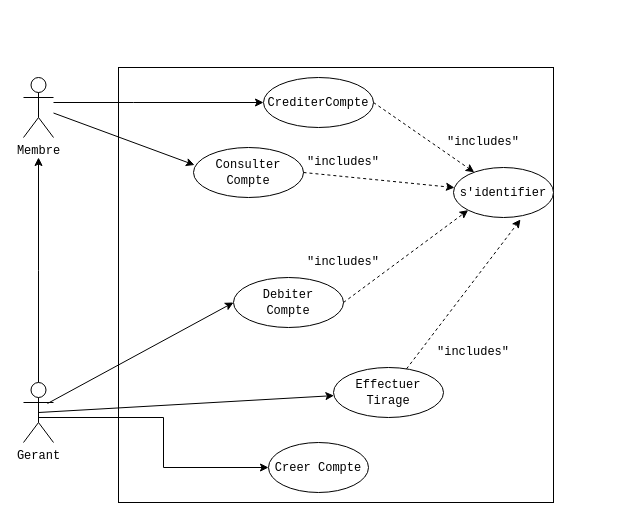
Lvmzoo-Dev/E-TONTINE keeps this draw.io diagram as Diagramme Use Case.drawio. Above is the earlier version. Source tidied: cells renumbered, new cells numbered last; positions are measured from the earlier drawing's top-left corner, leaving out a move shared by most shapes. Both pictures are drawn from the tidied source at 100%, with x=0, y=0 at pixel (23, 67).
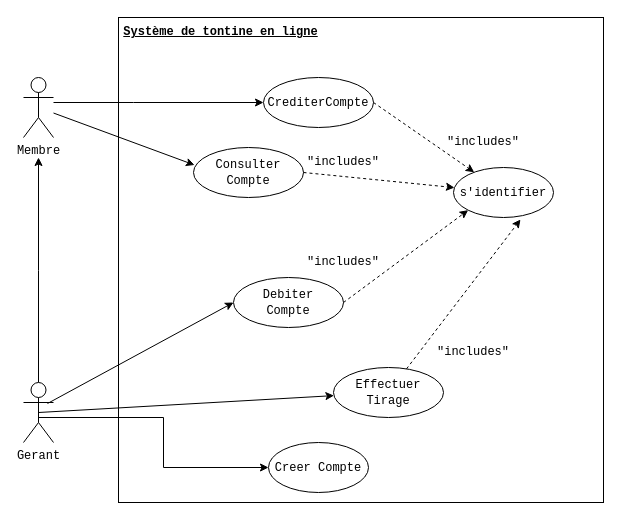
The same page after the edit.

Commit message:
Mettre à jour Diagramme Use Case.drawio

Diff of the diagram source:
```diff
@@
     <mxCell id="2" style="whiteSpace=wrap;html=1;" parent="1" vertex="1">
-      <mxGeometry x="95" width="435" height="435" as="geometry" />
+      <mxGeometry x="95" y="-50" width="485" height="485" as="geometry" />
     </mxCell>
@@
+    <mxCell id="25" value="Système de tontine en ligne" style="text;html=1;strokeColor=none;fillColor=none;align=center;verticalAlign=middle;whiteSpace=wrap;rounded=0;fontFamily=Courier New;fontStyle=5;" parent="1" vertex="1">
+      <mxGeometry x="95" y="-50" width="205" height="30" as="geometry" />
+    </mxCell>
```
